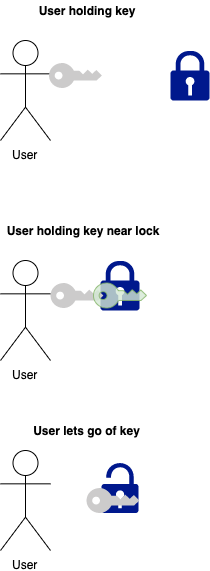
Above: useKeyDiagram.png in hannahmestes/P2.5 (draw.io), before the change. Source tidied: cells renumbered, new cells last; positions are measured from the earlier drawing's top-left corner, leaving out a move shared by most shapes. The source it was exported from:
```xml
<mxGraphModel>
  <root>
    <mxCell id="0" />
    <mxCell id="1" parent="0" />
    <mxCell id="2" value="User" style="shape=umlActor;verticalLabelPosition=bottom;labelBackgroundColor=#ffffff;verticalAlign=top;html=1;" parent="1" vertex="1">
      <mxGeometry y="40" width="50" height="100" as="geometry" />
    </mxCell>
    <mxCell id="3" style="shadow=0;dashed=0;html=1;strokeColor=none;labelPosition=center;verticalLabelPosition=bottom;verticalAlign=top;align=center;shape=mxgraph.office.security.key_permissions;fillColor=#CCCBCB;direction=north;" parent="1" vertex="1">
      <mxGeometry x="48.5" y="62.5" width="53" height="25" as="geometry" />
    </mxCell>
    <mxCell id="4" style="shadow=0;dashed=0;html=1;strokeColor=none;labelPosition=center;verticalLabelPosition=bottom;verticalAlign=top;align=center;fillColor=#00188D;shape=mxgraph.mscae.enterprise.lock;" parent="1" vertex="1">
      <mxGeometry x="170" y="50" width="39" height="50" as="geometry" />
    </mxCell>
    <mxCell id="5" value="User" style="shape=umlActor;verticalLabelPosition=bottom;labelBackgroundColor=#ffffff;verticalAlign=top;html=1;" parent="1" vertex="1">
      <mxGeometry y="260" width="50" height="100" as="geometry" />
    </mxCell>
    <mxCell id="6" style="shadow=0;dashed=0;html=1;strokeColor=none;labelPosition=center;verticalLabelPosition=bottom;verticalAlign=top;align=center;fillColor=#00188D;shape=mxgraph.mscae.enterprise.lock;" parent="1" vertex="1">
      <mxGeometry x="100" y="260" width="39" height="50" as="geometry" />
    </mxCell>
    <mxCell id="7" style="shadow=0;dashed=0;html=1;strokeColor=none;labelPosition=center;verticalLabelPosition=bottom;verticalAlign=top;align=center;shape=mxgraph.office.security.key_permissions;fillColor=#CCCBCB;direction=north;" parent="1" vertex="1">
      <mxGeometry x="50" y="282.5" width="53" height="25" as="geometry" />
    </mxCell>
    <mxCell id="8" style="shadow=0;dashed=0;html=1;strokeColor=none;labelPosition=center;verticalLabelPosition=bottom;verticalAlign=top;align=center;fillColor=#00188D;shape=mxgraph.mscae.enterprise.lock_unlocked;" parent="1" vertex="1">
      <mxGeometry x="101" y="462.5" width="37" height="50" as="geometry" />
    </mxCell>
    <mxCell id="9" style="shadow=0;dashed=0;html=1;labelPosition=center;verticalLabelPosition=bottom;verticalAlign=top;align=center;shape=mxgraph.office.security.key_permissions;direction=north;opacity=80;fillColor=#d5e8d4;strokeColor=#82b366;" parent="1" vertex="1">
      <mxGeometry x="93" y="282.5" width="53" height="25" as="geometry" />
    </mxCell>
    <mxCell id="10" style="shadow=0;dashed=0;html=1;strokeColor=none;labelPosition=center;verticalLabelPosition=bottom;verticalAlign=top;align=center;shape=mxgraph.office.security.key_permissions;fillColor=#CCCBCB;direction=north;" parent="1" vertex="1">
      <mxGeometry x="86" y="487.5" width="53" height="25" as="geometry" />
    </mxCell>
    <mxCell id="11" value="User" style="shape=umlActor;verticalLabelPosition=bottom;labelBackgroundColor=#ffffff;verticalAlign=top;html=1;" parent="1" vertex="1">
      <mxGeometry y="450" width="50" height="100" as="geometry" />
    </mxCell>
    <mxCell id="12" value="&lt;b&gt;User holding key&lt;/b&gt;" style="text;html=1;strokeColor=none;fillColor=none;align=center;verticalAlign=middle;whiteSpace=wrap;rounded=0;opacity=80;" parent="1" vertex="1">
      <mxGeometry x="13.5" width="145" height="20" as="geometry" />
    </mxCell>
    <mxCell id="13" value="&lt;b&gt;User holding key near lock&lt;/b&gt;" style="text;html=1;strokeColor=none;fillColor=none;align=center;verticalAlign=middle;whiteSpace=wrap;rounded=0;opacity=80;" parent="1" vertex="1">
      <mxGeometry x="4" y="220" width="156" height="20" as="geometry" />
    </mxCell>
    <mxCell id="14" value="&lt;b&gt;User lets go of key&lt;/b&gt;" style="text;html=1;strokeColor=none;fillColor=none;align=center;verticalAlign=middle;whiteSpace=wrap;rounded=0;opacity=80;" parent="1" vertex="1">
      <mxGeometry x="13.5" y="420" width="145" height="20" as="geometry" />
    </mxCell>
  </root>
</mxGraphModel>
```
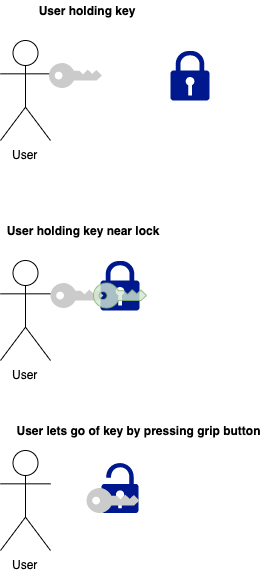
The same file after the commit.

Change to the diagram source:
```diff
@@ -38,8 +38,8 @@
     <mxCell id="13" value="&lt;b&gt;User holding key near lock&lt;/b&gt;" style="text;html=1;strokeColor=none;fillColor=none;align=center;verticalAlign=middle;whiteSpace=wrap;rounded=0;opacity=80;" parent="1" vertex="1">
       <mxGeometry x="4" y="220" width="156" height="20" as="geometry" />
     </mxCell>
-    <mxCell id="14" value="&lt;b&gt;User lets go of key&lt;/b&gt;" style="text;html=1;strokeColor=none;fillColor=none;align=center;verticalAlign=middle;whiteSpace=wrap;rounded=0;opacity=80;" parent="1" vertex="1">
-      <mxGeometry x="13.5" y="420" width="145" height="20" as="geometry" />
+    <mxCell id="14" value="&lt;b&gt;User lets go of key by pressing grip button&lt;/b&gt;" style="text;html=1;strokeColor=none;fillColor=none;align=center;verticalAlign=middle;whiteSpace=wrap;rounded=0;opacity=80;" parent="1" vertex="1">
+      <mxGeometry x="14" y="420" width="247" height="20" as="geometry" />
     </mxCell>
   </root>
 </mxGraphModel>
```
